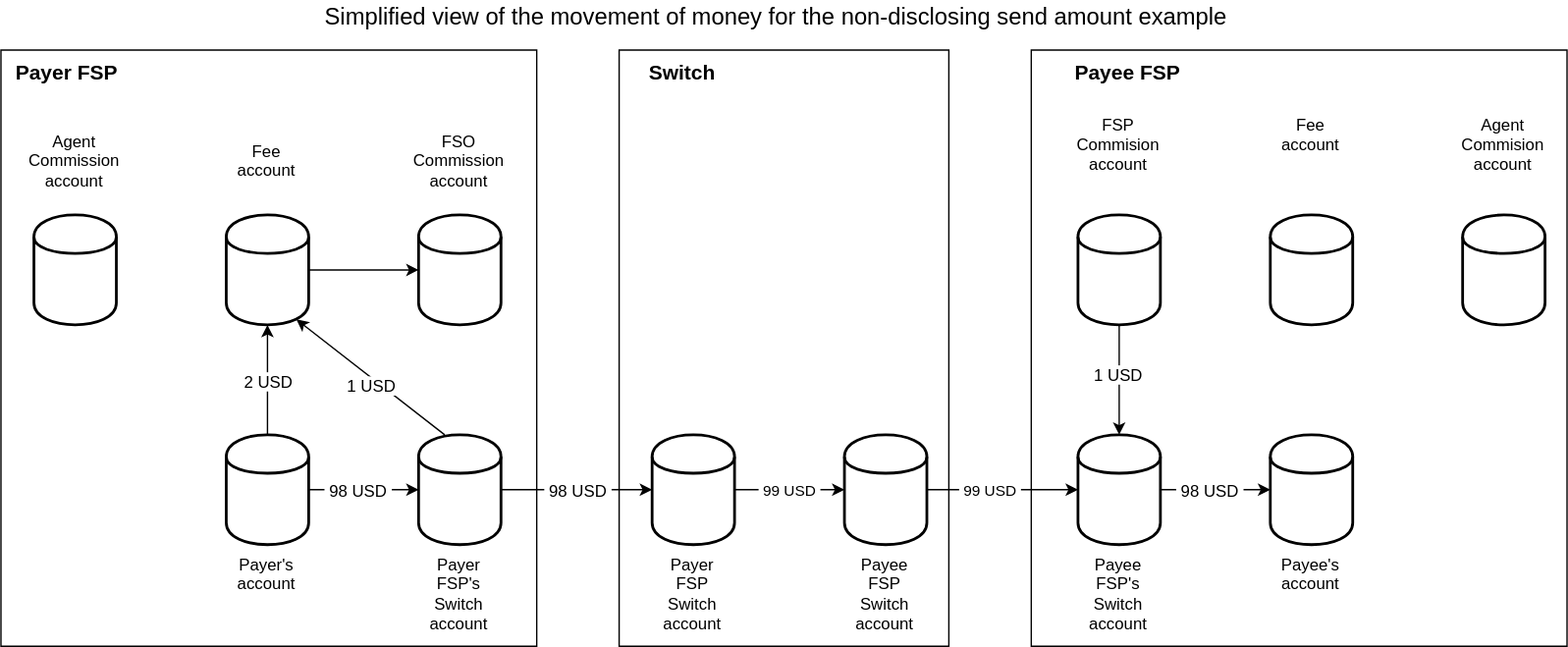
Before: assets/diagrams/images/figure10.svg, a diagram exported from draw.io (mojaloop/mojaloop-specification). Source tidied: cells renumbered, new cells last; positions are measured from the earlier drawing's top-left corner, leaving out a move shared by most shapes.
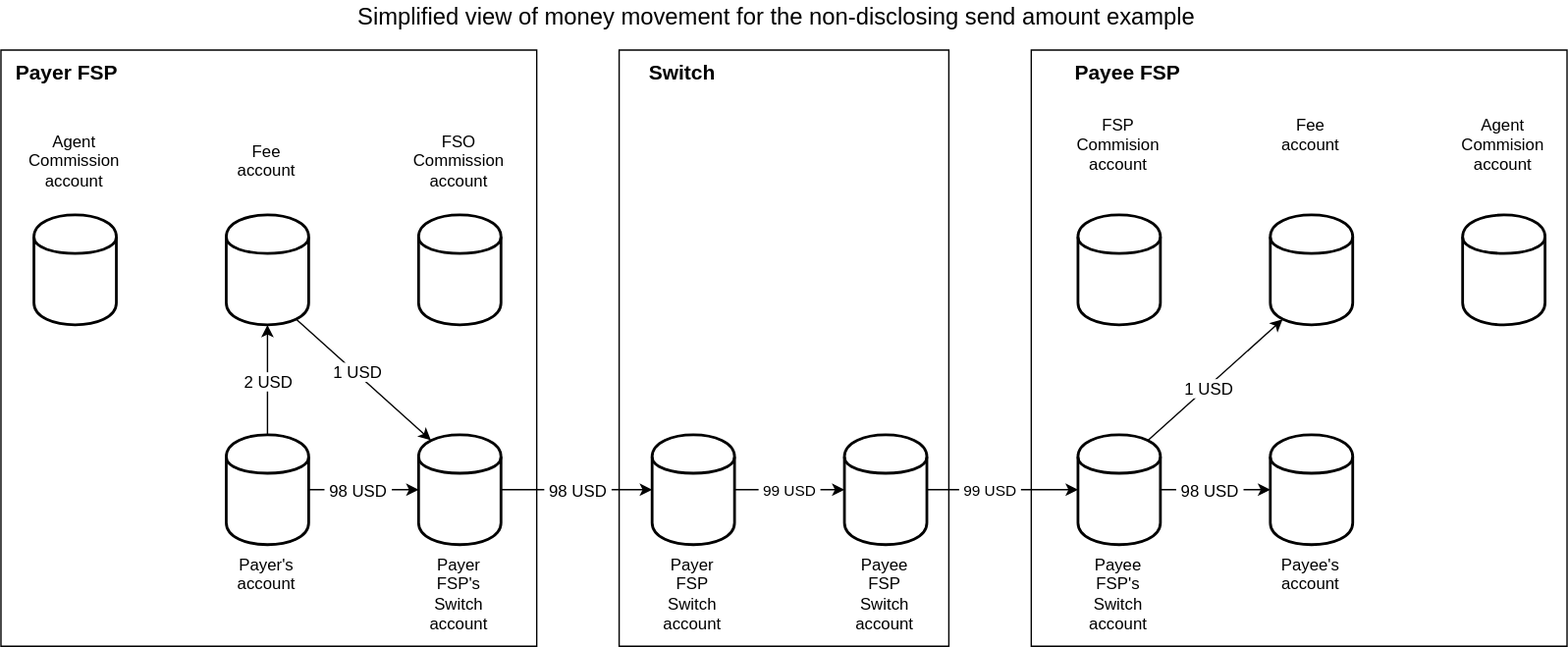
After the commit.

What changed in the source:
```diff
@@ -11,15 +11,14 @@
     <mxCell id="4" style="verticalLabelPosition=bottom;verticalAlign=top;html=1;shape=mxgraph.basic.rect;fillColor=#ffffff;fillColor2=none;strokeColor=#000000;strokeWidth=1;size=20;indent=5;" parent="1" vertex="1">
       <mxGeometry y="36" width="390" height="434" as="geometry" />
     </mxCell>
-    <mxCell id="5" value="&lt;span style=&quot;font-size: 12px&quot;&gt;&amp;nbsp;1 USD&amp;nbsp;&lt;/span&gt;" style="edgeStyle=none;rounded=0;jettySize=auto;html=1;strokeColor=#000000;exitX=0.317;exitY=0;exitDx=0;exitDy=0;exitPerimeter=0;entryX=0.85;entryY=0.95;entryDx=0;entryDy=0;entryPerimeter=0;" parent="1" edge="1" source="16" target="10">
-      <mxGeometry x="-0.07" y="4" relative="1" as="geometry" />
+    <mxCell id="5" value="&lt;span style=&quot;font-size: 12px&quot;&gt;&amp;nbsp;1 USD&amp;nbsp;&lt;/span&gt;" style="edgeStyle=none;rounded=0;jettySize=auto;html=1;strokeColor=#000000;exitX=0.85;exitY=0.95;exitDx=0;exitDy=0;entryX=0.15;entryY=0.05;entryDx=0;entryDy=0;entryPerimeter=0;exitPerimeter=0;" parent="1" edge="1" target="16">
+      <mxGeometry x="-0.11" y="2" relative="1" as="geometry">
+        <mxPoint x="215" y="232" as="sourcePoint" />
+      </mxGeometry>
     </mxCell>
     <mxCell id="6" value="Agent Commission account" style="shape=cylinder;whiteSpace=wrap;html=1;boundedLbl=1;backgroundOutline=1;strokeWidth=2;fillColor=none;verticalAlign=middle;labelPosition=center;verticalLabelPosition=top;align=center;" parent="1" vertex="1">
       <mxGeometry x="24" y="156" width="60" height="80" as="geometry" />
     </mxCell>
-    <mxCell id="7" style="edgeStyle=none;rounded=0;jettySize=auto;html=1;strokeColor=#000000;" parent="1" edge="1" source="10" target="30">
-      <mxGeometry relative="1" as="geometry" />
-    </mxCell>
     <mxCell id="8" style="edgeStyle=none;rounded=0;jettySize=auto;html=1;strokeColor=#000000;exitX=0.5;exitY=0;exitDx=0;exitDy=0;entryX=0.5;entryY=1;entryDx=0;entryDy=0;" parent="1" edge="1" source="13" target="10">
       <mxGeometry relative="1" as="geometry" />
     </mxCell>
@@ -71,7 +70,7 @@
     <mxCell id="22" value="&amp;nbsp;98 USD&amp;nbsp;" style="text;html=1;align=center;verticalAlign=middle;labelBackgroundColor=#ffffff;" parent="21" vertex="1">
       <mxGeometry x="-0.1" relative="1" as="geometry" />
     </mxCell>
-    <mxCell id="23" style="edgeStyle=none;rounded=0;jettySize=auto;html=1;strokeColor=#000000;exitX=0.5;exitY=1;exitDx=0;exitDy=0;entryX=0.5;entryY=0;entryDx=0;entryDy=0;" parent="1" edge="1" source="26" target="25">
+    <mxCell id="23" style="edgeStyle=none;rounded=0;jettySize=auto;html=1;strokeColor=#000000;exitX=0.85;exitY=0.05;exitDx=0;exitDy=0;exitPerimeter=0;entryX=0.15;entryY=0.95;entryDx=0;entryDy=0;entryPerimeter=0;" parent="1" edge="1" source="25" target="27">
       <mxGeometry relative="1" as="geometry" />
     </mxCell>
     <mxCell id="24" value="1 USD" style="text;html=1;align=center;verticalAlign=middle;labelBackgroundColor=#ffffff;" parent="23" vertex="1">
@@ -95,8 +94,8 @@
     <mxCell id="30" value="FSO Commission account" style="shape=cylinder;whiteSpace=wrap;html=1;boundedLbl=1;backgroundOutline=1;strokeWidth=2;fillColor=none;verticalAlign=middle;labelPosition=center;verticalLabelPosition=top;align=center;" parent="1" vertex="1">
       <mxGeometry x="304" y="156" width="60" height="80" as="geometry" />
     </mxCell>
-    <mxCell id="31" value="&lt;font style=&quot;font-size: 17px&quot;&gt;Simplified view of the movement of money for the non-disclosing send amount example&lt;/font&gt;" style="text;html=1;align=center;verticalAlign=top;spacingTop=-4;" parent="1" vertex="1">
-      <mxGeometry x="229" width="670" height="20" as="geometry" />
+    <mxCell id="31" value="&lt;font style=&quot;font-size: 17px&quot;&gt;Simplified view of money movement for the non-disclosing send amount example&lt;/font&gt;" style="text;html=1;align=center;verticalAlign=top;spacingTop=-4;" parent="1" vertex="1">
+      <mxGeometry x="254" width="620" height="20" as="geometry" />
     </mxCell>
     <mxCell id="32" value="&lt;b&gt;&lt;font style=&quot;font-size: 15px&quot;&gt;Payer FSP&lt;/font&gt;&lt;/b&gt;" style="text;html=1;align=left;verticalAlign=top;spacingTop=-4;" parent="1" vertex="1">
       <mxGeometry x="9" y="41" width="90" height="20" as="geometry" />
```
